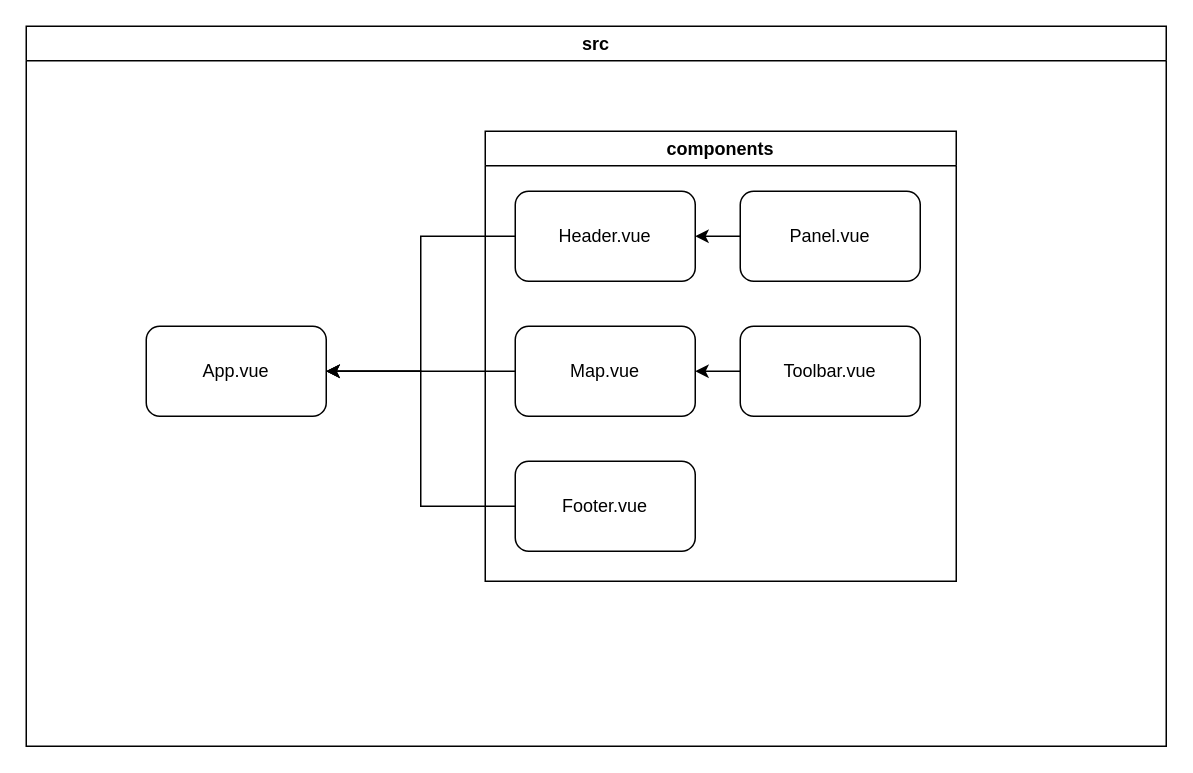
This is page "Archi Vue" (7 of 7) of UML_diagrams.drawio from IlonaBaran/oracles, a draw.io file, before an edit. Source tidied: cells renumbered, new cells numbered last; positions are measured from the earlier drawing's top-left corner, leaving out a move shared by most shapes. Both pictures are drawn from the tidied source at 150%, with x=0, y=0 at pixel (26, 26).
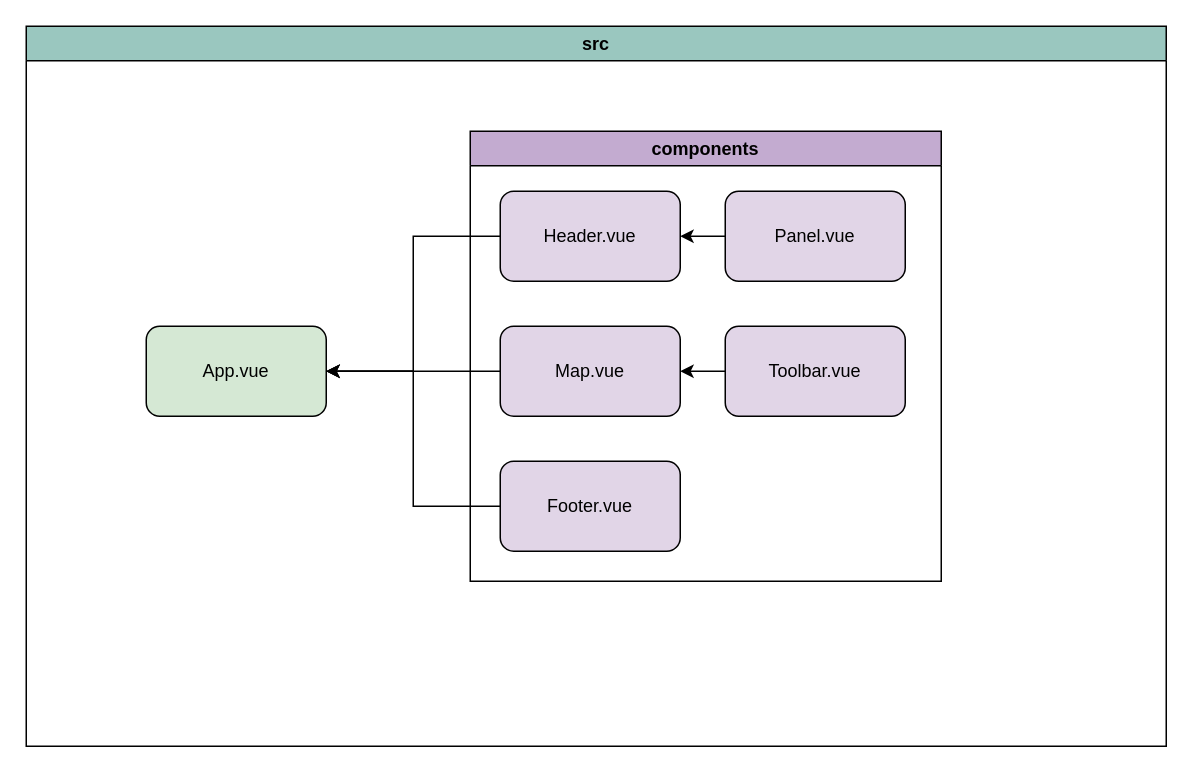
Above is the later version.

Commit message:
MàJ diagrammes

The edit, as a diff of the source:
```diff
@@
 <mxGraphModel>
   <root>
     <mxCell id="0" />
     <mxCell id="1" parent="0" />
-    <mxCell id="2" value="src" style="swimlane;whiteSpace=wrap;html=1;" parent="1" vertex="1">
+    <mxCell id="2" value="src" style="swimlane;whiteSpace=wrap;html=1;fillColor=#9AC7BF;" parent="1" vertex="1">
       <mxGeometry width="760" height="480" as="geometry" />
     </mxCell>
-    <mxCell id="3" value="App.vue" style="rounded=1;whiteSpace=wrap;html=1;" parent="2" vertex="1">
+    <mxCell id="3" value="App.vue" style="rounded=1;whiteSpace=wrap;html=1;fillColor=#D5E8D4;" parent="2" vertex="1">
       <mxGeometry x="80" y="200" width="120" height="60" as="geometry" />
     </mxCell>
+    <mxCell id="12" style="edgeStyle=orthogonalEdgeStyle;rounded=0;jettySize=auto;html=1;entryX=1;entryY=0.5;entryDx=0;entryDy=0;" parent="2" edge="1" source="8" target="3">
+      <mxGeometry relative="1" as="geometry" />
+    </mxCell>
+    <mxCell id="13" style="edgeStyle=orthogonalEdgeStyle;rounded=0;jettySize=auto;html=1;entryX=1;entryY=0.5;entryDx=0;entryDy=0;" parent="2" edge="1" source="5" target="3">
+      <mxGeometry relative="1" as="geometry" />
+    </mxCell>
+    <mxCell id="14" style="edgeStyle=orthogonalEdgeStyle;rounded=0;jettySize=auto;html=1;entryX=1;entryY=0.5;entryDx=0;entryDy=0;" parent="2" edge="1" source="11" target="3">
+      <mxGeometry relative="1" as="geometry" />
+    </mxCell>
-    <mxCell id="4" value="components" style="swimlane;whiteSpace=wrap;html=1;" parent="2" vertex="1">
-      <mxGeometry x="306" y="70" width="314" height="300" as="geometry" />
+    <mxCell id="4" value="components" style="swimlane;whiteSpace=wrap;html=1;fillColor=#C3ABD0;" parent="2" vertex="1">
+      <mxGeometry x="296" y="70" width="314" height="300" as="geometry" />
     </mxCell>
-    <mxCell id="5" value="Header.vue" style="rounded=1;whiteSpace=wrap;html=1;" parent="4" vertex="1">
+    <mxCell id="5" value="Header.vue" style="rounded=1;whiteSpace=wrap;html=1;fillColor=#E1D5E7;" parent="4" vertex="1">
       <mxGeometry x="20" y="40" width="120" height="60" as="geometry" />
     </mxCell>
     <mxCell id="6" style="edgeStyle=orthogonalEdgeStyle;rounded=0;jettySize=auto;html=1;entryX=1;entryY=0.5;entryDx=0;entryDy=0;" parent="4" edge="1" source="7" target="5">
       <mxGeometry relative="1" as="geometry" />
     </mxCell>
-    <mxCell id="7" value="Panel.vue" style="rounded=1;whiteSpace=wrap;html=1;" parent="4" vertex="1">
+    <mxCell id="7" value="Panel.vue" style="rounded=1;whiteSpace=wrap;html=1;fillColor=#E1D5E7;" parent="4" vertex="1">
       <mxGeometry x="170" y="40" width="120" height="60" as="geometry" />
     </mxCell>
-    <mxCell id="8" value="Map.vue" style="rounded=1;whiteSpace=wrap;html=1;" parent="4" vertex="1">
+    <mxCell id="8" value="Map.vue" style="rounded=1;whiteSpace=wrap;html=1;fillColor=#E1D5E7;" parent="4" vertex="1">
       <mxGeometry x="20" y="130" width="120" height="60" as="geometry" />
     </mxCell>
     <mxCell id="9" style="edgeStyle=orthogonalEdgeStyle;rounded=0;jettySize=auto;html=1;entryX=1;entryY=0.5;entryDx=0;entryDy=0;" parent="4" edge="1" source="10" target="8">
       <mxGeometry relative="1" as="geometry" />
     </mxCell>
-    <mxCell id="10" value="Toolbar.vue" style="rounded=1;whiteSpace=wrap;html=1;" parent="4" vertex="1">
+    <mxCell id="10" value="Toolbar.vue" style="rounded=1;whiteSpace=wrap;html=1;fillColor=#E1D5E7;" parent="4" vertex="1">
       <mxGeometry x="170" y="130" width="120" height="60" as="geometry" />
     </mxCell>
-    <mxCell id="11" value="Footer.vue" style="rounded=1;whiteSpace=wrap;html=1;" parent="4" vertex="1">
+    <mxCell id="11" value="Footer.vue" style="rounded=1;whiteSpace=wrap;html=1;fillColor=#E1D5E7;" parent="4" vertex="1">
       <mxGeometry x="20" y="220" width="120" height="60" as="geometry" />
     </mxCell>
-    <mxCell id="12" style="edgeStyle=orthogonalEdgeStyle;rounded=0;jettySize=auto;html=1;entryX=1;entryY=0.5;entryDx=0;entryDy=0;" parent="2" edge="1" source="8" target="3">
-      <mxGeometry relative="1" as="geometry" />
-    </mxCell>
-    <mxCell id="13" style="edgeStyle=orthogonalEdgeStyle;rounded=0;jettySize=auto;html=1;entryX=1;entryY=0.5;entryDx=0;entryDy=0;" parent="2" edge="1" source="5" target="3">
-      <mxGeometry relative="1" as="geometry" />
-    </mxCell>
-    <mxCell id="14" style="edgeStyle=orthogonalEdgeStyle;rounded=0;jettySize=auto;html=1;entryX=1;entryY=0.5;entryDx=0;entryDy=0;" parent="2" edge="1" source="11" target="3">
-      <mxGeometry relative="1" as="geometry" />
-    </mxCell>
   </root>
 </mxGraphModel>
```
